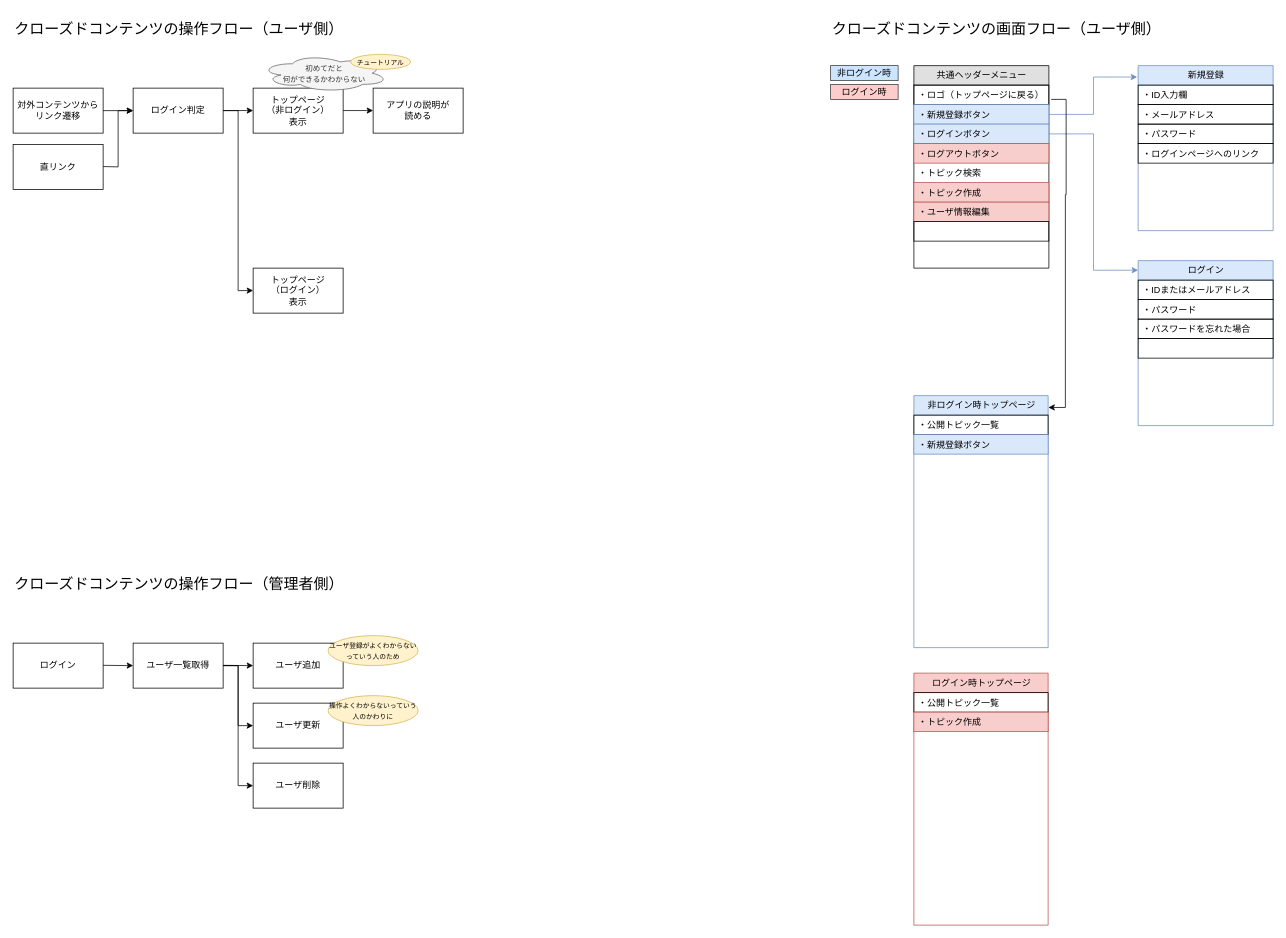
Earlier version of the draw.io diagram クローズドコンテンツ画面フロー.drawio (iims-engineers/iims_closed). Source tidied: cells renumbered, new cells numbered last; positions are measured from the earlier drawing's top-left corner, leaving out a move shared by most shapes. Both pictures are drawn from the tidied source at 75%, with x=0, y=0 at pixel (13, 13).
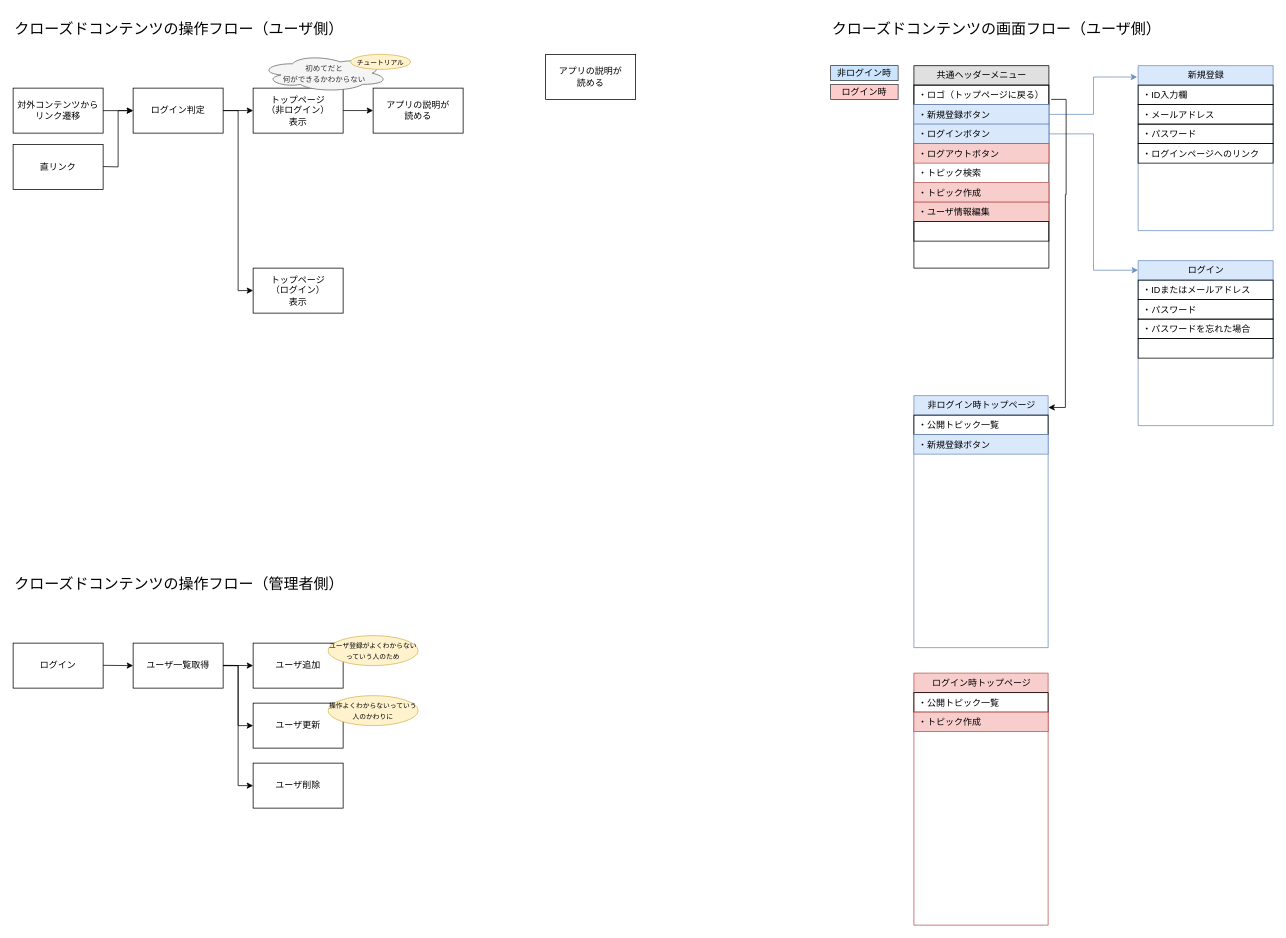
After the change.

Commit message:
テストコミット

Change to the diagram source:
```diff
@@
+    <mxCell id="59" value="アプリの説明が&lt;br&gt;読める" style="whiteSpace=wrap;html=1;" parent="1" vertex="1">
+      <mxGeometry x="710" y="55" width="120" height="60" as="geometry" />
+    </mxCell>
```
